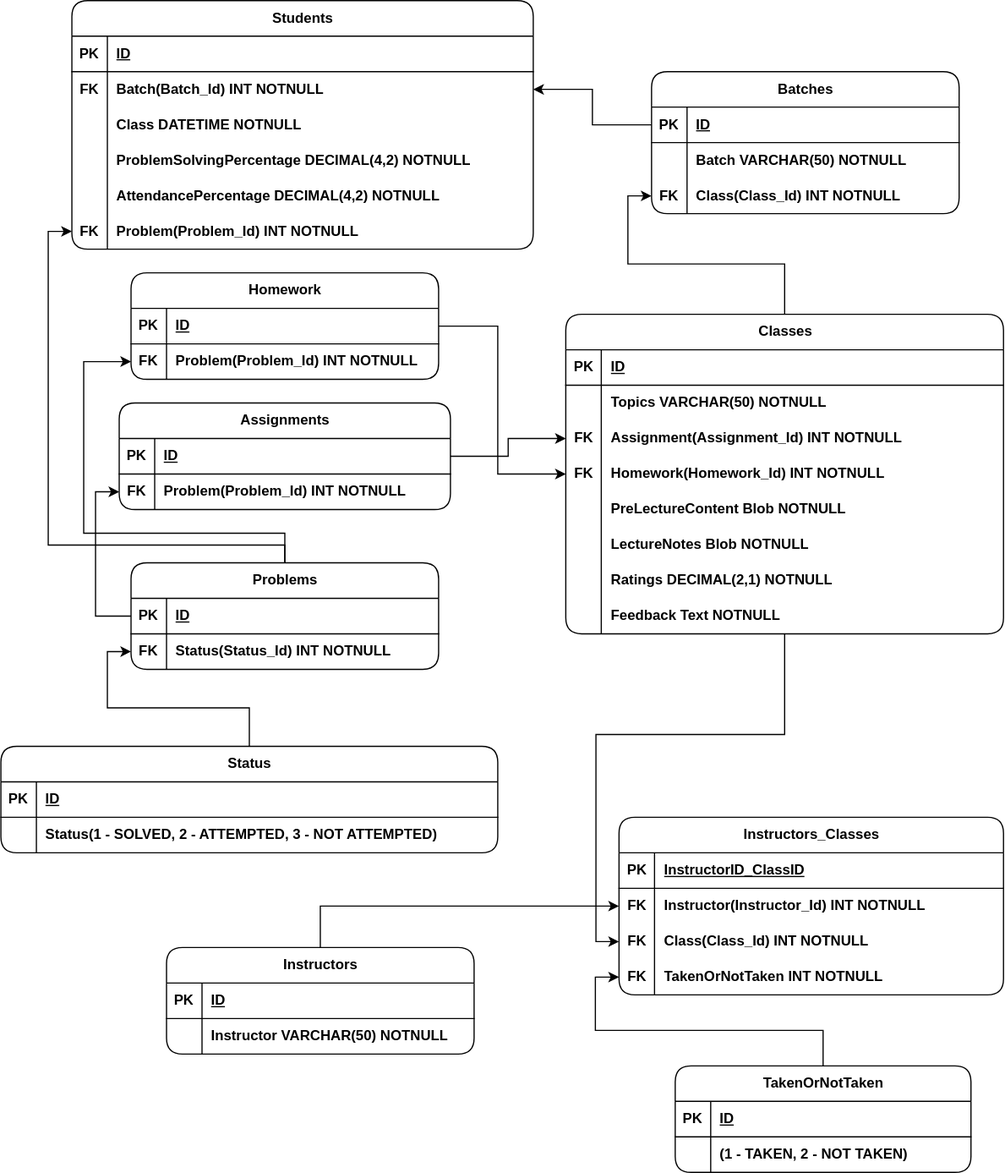
Above: Online Classes.svg in Deadlegend1321/Schemas (draw.io), before the change. Source tidied: cells renumbered, new cells last; positions are measured from the earlier drawing's top-left corner, leaving out a move shared by most shapes.
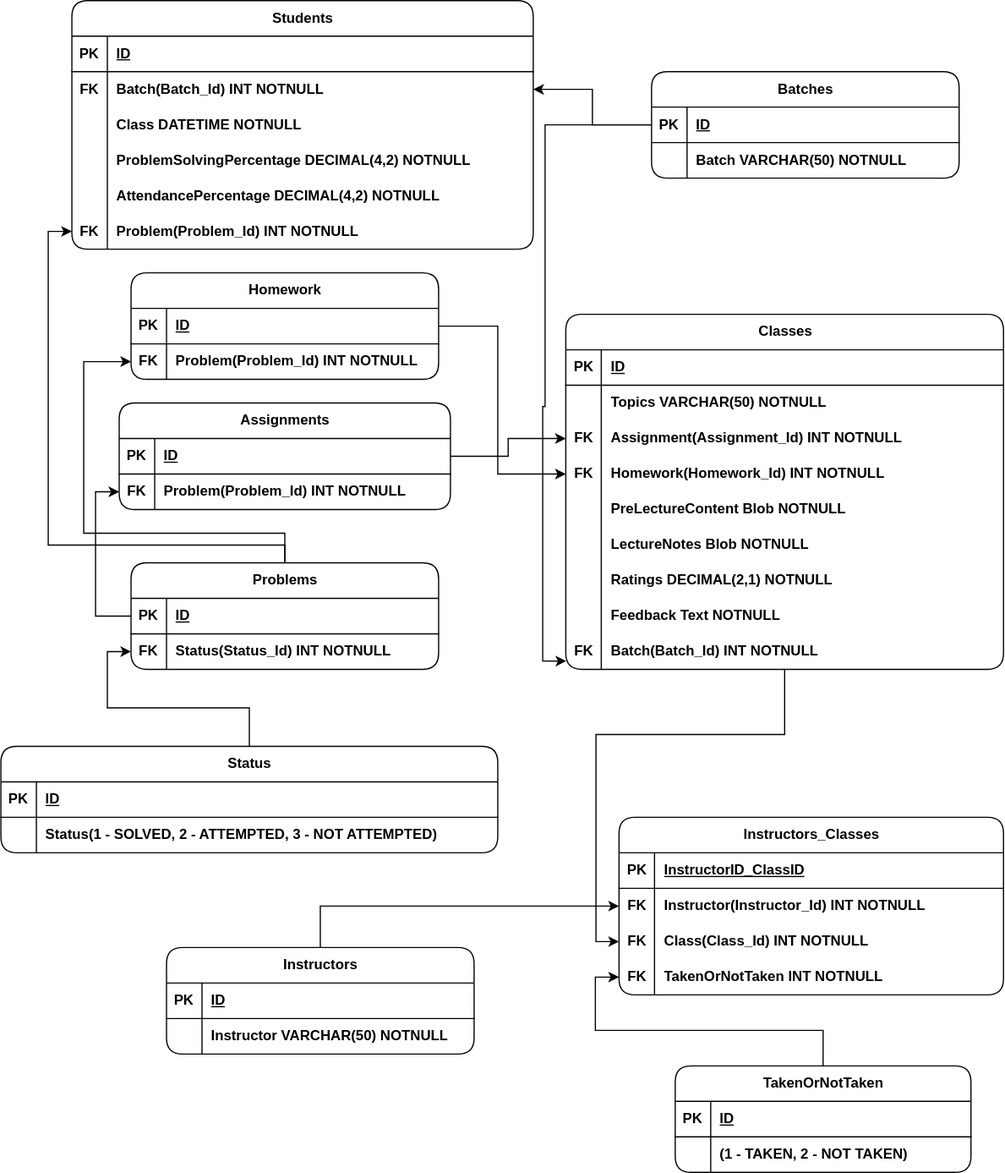
After the commit.

What changed in the source:
```diff
@@ -68,11 +68,8 @@
         </Array>
       </mxGeometry>
     </mxCell>
-    <mxCell id="22" style="edgeStyle=orthogonalEdgeStyle;rounded=0;jettySize=auto;html=1;entryX=0;entryY=0.5;entryDx=0;entryDy=0;" parent="1" edge="1" source="23" target="92">
-      <mxGeometry relative="1" as="geometry" />
-    </mxCell>
     <mxCell id="23" value="Classes" style="shape=table;startSize=30;rowLines=0;fontStyle=1;align=center;html=1;rounded=1;" parent="1" vertex="1">
-      <mxGeometry x="477.5" y="265" width="370" height="270" as="geometry" />
+      <mxGeometry x="477.5" y="265" width="370" height="300" as="geometry" />
     </mxCell>
     <mxCell id="24" style="shape=tableRow;horizontal=0;startSize=0;swimlaneHead=0;swimlaneBody=0;fillColor=none;top=0;left=0;right=0;bottom=1;" parent="23" vertex="1">
       <mxGeometry y="30" width="370" height="30" as="geometry" />
@@ -146,6 +143,15 @@
     <mxCell id="47" value="&lt;b style=&quot;border-color: var(--border-color);&quot;&gt;Feedback Text NOTNULL&lt;/b&gt;" style="shape=partialRectangle;fillColor=none;top=0;left=0;bottom=0;right=0;align=left;spacingLeft=6;overflow=hidden;whiteSpace=wrap;html=1;" parent="45" vertex="1">
       <mxGeometry x="30" width="340" height="30" as="geometry" />
     </mxCell>
+    <mxCell id="122" style="shape=tableRow;horizontal=0;startSize=0;swimlaneHead=0;swimlaneBody=0;fillColor=none;points=[[0,0.5],[1,0.5]];portConstraint=eastwest;top=0;left=0;right=0;bottom=0;" parent="23" vertex="1">
+      <mxGeometry y="270" width="370" height="30" as="geometry" />
+    </mxCell>
+    <mxCell id="93" value="&lt;b style=&quot;border-color: var(--border-color);&quot;&gt;FK&lt;/b&gt;" style="shape=partialRectangle;fillColor=none;top=0;left=0;bottom=0;right=0;overflow=hidden;whiteSpace=wrap;html=1;" parent="122" vertex="1">
+      <mxGeometry width="30" height="30" as="geometry" />
+    </mxCell>
+    <mxCell id="123" value="&lt;b style=&quot;border-color: var(--border-color);&quot;&gt;Batch(Batch&lt;b style=&quot;border-color: var(--border-color);&quot;&gt;_&lt;/b&gt;Id) INT NOTNULL&lt;/b&gt;" style="shape=partialRectangle;fillColor=none;top=0;left=0;bottom=0;right=0;align=left;spacingLeft=6;overflow=hidden;whiteSpace=wrap;html=1;" parent="122" vertex="1">
+      <mxGeometry x="30" width="340" height="30" as="geometry" />
+    </mxCell>
     <mxCell id="48" style="edgeStyle=orthogonalEdgeStyle;rounded=0;jettySize=auto;html=1;entryX=0;entryY=0.5;entryDx=0;entryDy=0;" parent="1" edge="1" source="49" target="30">
       <mxGeometry relative="1" as="geometry" />
     </mxCell>
@@ -262,8 +268,18 @@
     <mxCell id="84" value="&lt;b style=&quot;border-color: var(--border-color);&quot;&gt;TakenOrNotTaken INT NOTNULL&lt;/b&gt;" style="shape=partialRectangle;fillColor=none;top=0;left=0;bottom=0;right=0;align=left;spacingLeft=6;overflow=hidden;whiteSpace=wrap;html=1;" parent="82" vertex="1">
       <mxGeometry x="30" width="295" height="30" as="geometry" />
     </mxCell>
+    <mxCell id="124" style="edgeStyle=orthogonalEdgeStyle;rounded=0;jettySize=auto;html=1;entryX=0.001;entryY=0.767;entryDx=0;entryDy=0;entryPerimeter=0;" parent="1" edge="1" source="85" target="122">
+      <mxGeometry relative="1" as="geometry">
+        <Array as="points">
+          <mxPoint x="460" y="105" />
+          <mxPoint x="460" y="343" />
+          <mxPoint x="458" y="343" />
+          <mxPoint x="458" y="558" />
+        </Array>
+      </mxGeometry>
+    </mxCell>
     <mxCell id="85" value="Batches" style="shape=table;startSize=30;rowLines=0;fontStyle=1;align=center;html=1;rounded=1;" parent="1" vertex="1">
-      <mxGeometry x="550" y="60" width="260" height="120" as="geometry" />
+      <mxGeometry x="550" y="60" width="260" height="90" as="geometry" />
     </mxCell>
     <mxCell id="86" style="shape=tableRow;horizontal=0;startSize=0;swimlaneHead=0;swimlaneBody=0;fillColor=none;points=[[0,0.5],[1,0.5]];portConstraint=eastwest;top=0;left=0;right=0;bottom=1;" parent="85" vertex="1">
       <mxGeometry y="30" width="260" height="30" as="geometry" />
@@ -283,15 +299,6 @@
     <mxCell id="91" value="&lt;b&gt;Batch&lt;/b&gt;&lt;b style=&quot;border-color: var(--border-color);&quot;&gt;&amp;nbsp;VARCHAR(50) NOTNULL&lt;/b&gt;" style="shape=partialRectangle;fillColor=none;top=0;left=0;bottom=0;right=0;align=left;spacingLeft=6;overflow=hidden;whiteSpace=wrap;html=1;" parent="89" vertex="1">
       <mxGeometry x="30" width="230" height="30" as="geometry" />
     </mxCell>
-    <mxCell id="92" style="shape=tableRow;horizontal=0;startSize=0;swimlaneHead=0;swimlaneBody=0;fillColor=none;points=[[0,0.5],[1,0.5]];portConstraint=eastwest;top=0;left=0;right=0;bottom=0;" parent="85" vertex="1">
-      <mxGeometry y="90" width="260" height="30" as="geometry" />
-    </mxCell>
-    <mxCell id="93" value="&lt;b style=&quot;border-color: var(--border-color);&quot;&gt;FK&lt;/b&gt;" style="shape=partialRectangle;fillColor=none;top=0;left=0;bottom=0;right=0;overflow=hidden;whiteSpace=wrap;html=1;" parent="92" vertex="1">
-      <mxGeometry width="30" height="30" as="geometry" />
-    </mxCell>
-    <mxCell id="94" value="&lt;b style=&quot;border-color: var(--border-color);&quot;&gt;Class(Class&lt;b style=&quot;border-color: var(--border-color);&quot;&gt;_&lt;/b&gt;Id) INT NOTNULL&lt;/b&gt;" style="shape=partialRectangle;fillColor=none;top=0;left=0;bottom=0;right=0;align=left;spacingLeft=6;overflow=hidden;whiteSpace=wrap;html=1;" parent="92" vertex="1">
-      <mxGeometry x="30" width="230" height="30" as="geometry" />
-    </mxCell>
     <mxCell id="95" style="edgeStyle=orthogonalEdgeStyle;rounded=0;jettySize=auto;html=1;entryX=0;entryY=0.5;entryDx=0;entryDy=0;" parent="1" edge="1" source="97" target="18">
       <mxGeometry relative="1" as="geometry">
         <Array as="points">
```
